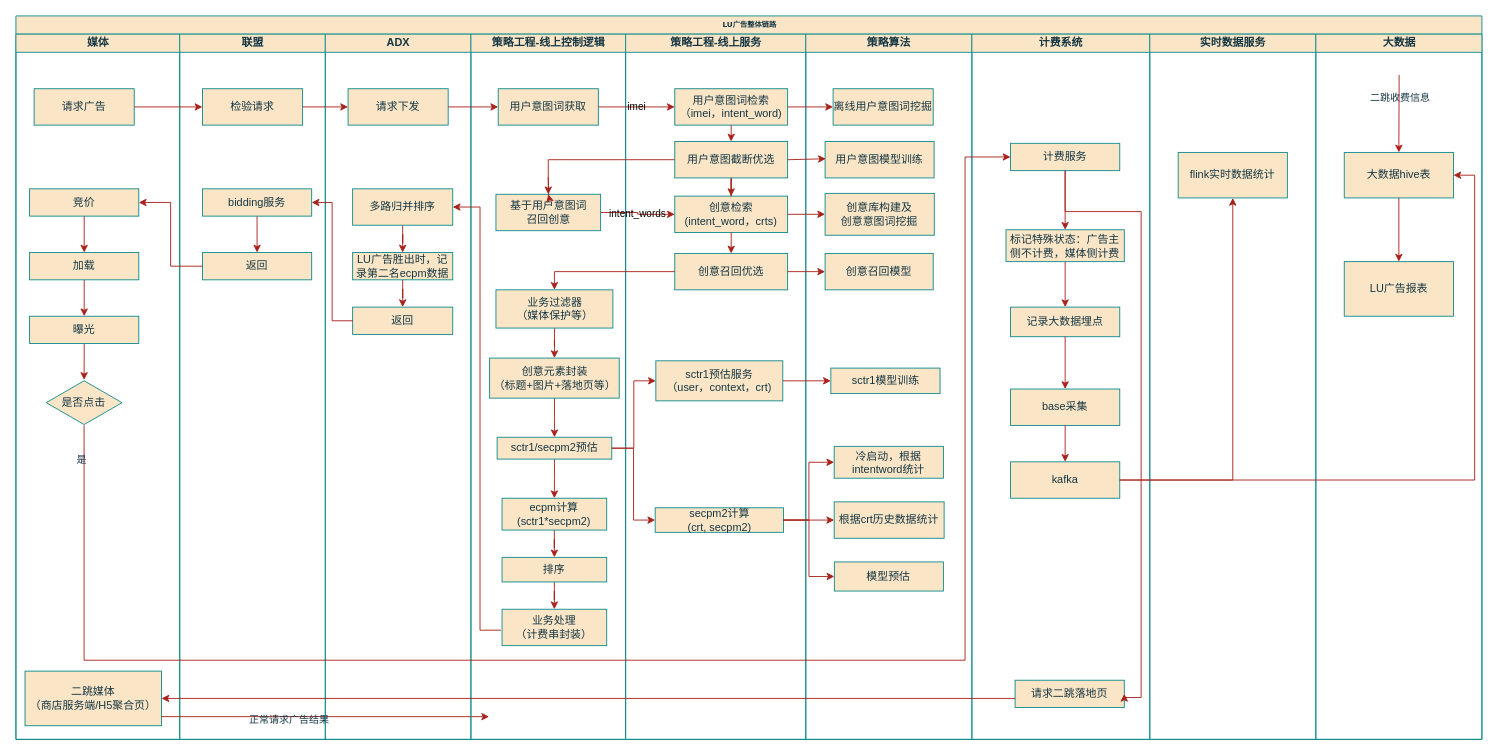
Earlier version of the draw.io diagram 未命名绘图.drawio (sszhaoGit/colab_test). Source tidied: cells renumbered, new cells numbered last; positions are measured from the earlier drawing's top-left corner, leaving out a move shared by most shapes. Both pictures are drawn from the tidied source at 91%, with x=0, y=0 at pixel (15, 15).
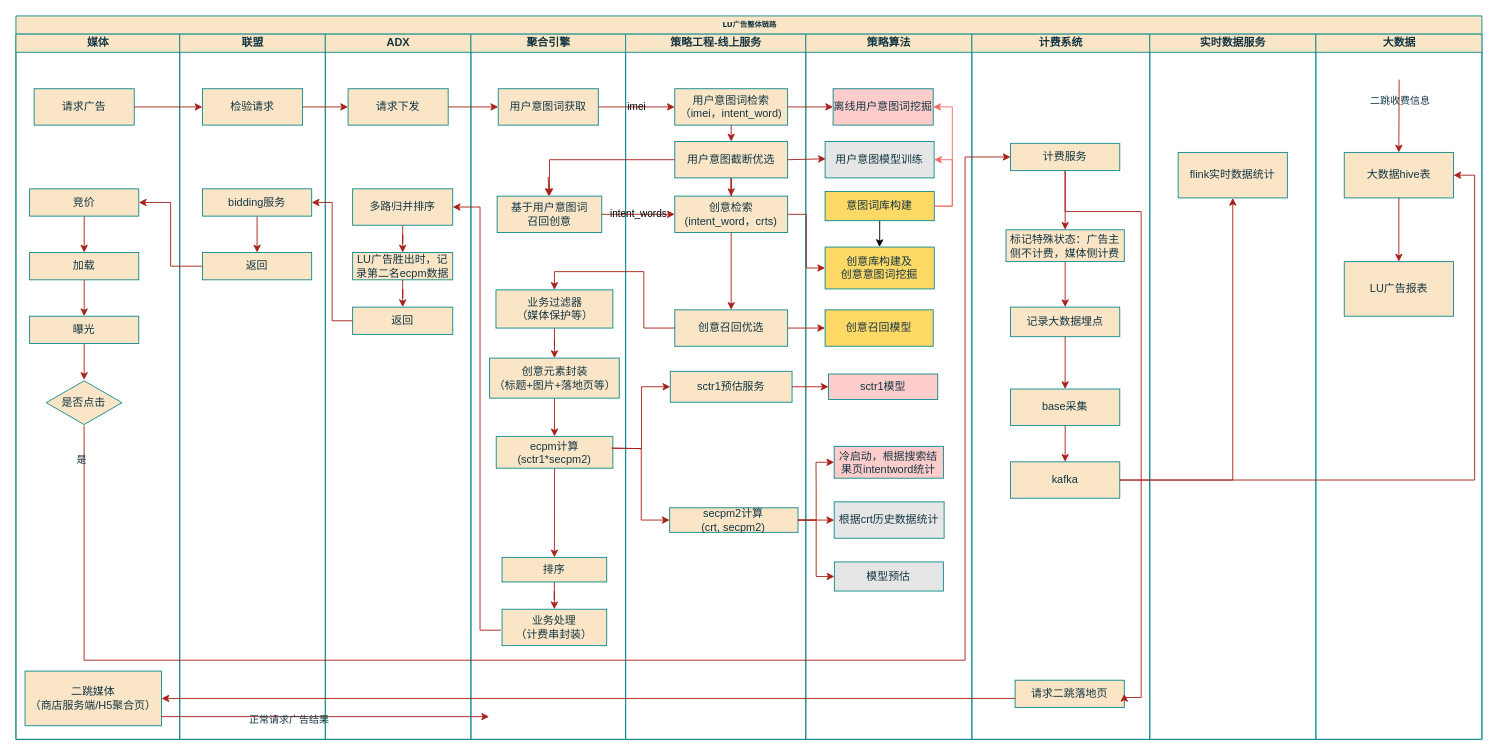
Above is the later version.

Commit message:
更新未命名绘图.drawio

Unchanged cells that the change refers to:
```xml
<mxCell id="2" value="LU广告整体链路" style="swimlane;html=1;startSize=20;rounded=0;shadow=0;labelBackgroundColor=none;strokeWidth=1;fontFamily=Verdana;fontSize=8;align=center;fillStyle=auto;swimlaneFillColor=default;fillColor=#FAE5C7;strokeColor=#0F8B8D;fontColor=#143642;" parent="1" vertex="1">
  <mxGeometry width="1611" height="795" as="geometry" />
</mxCell>
<mxCell id="42" value="创意元素封装&lt;br&gt;（标题+图片+落地页等）" style="whiteSpace=wrap;html=1;rounded=0;fillColor=#FAE5C7;strokeColor=#0F8B8D;fontColor=#143642;labelBackgroundColor=none;" parent="27" vertex="1">
  <mxGeometry x="20.5" y="356" width="142.5" height="44" as="geometry" />
</mxCell>
<mxCell id="43" value="策略工程-线上服务" style="swimlane;html=1;startSize=20;fillColor=#FAE5C7;strokeColor=#0F8B8D;fontColor=#143642;labelBackgroundColor=none;" parent="2" vertex="1">
  <mxGeometry x="670" y="20" width="198" height="775" as="geometry" />
</mxCell>
<mxCell id="53" value="策略算法" style="swimlane;html=1;startSize=20;fillColor=#FAE5C7;strokeColor=#0F8B8D;fontColor=#143642;labelBackgroundColor=none;" parent="2" vertex="1">
  <mxGeometry x="868" y="20" width="182.5" height="775" as="geometry" />
</mxCell>
<mxCell id="88" value="大数据hive表" style="whiteSpace=wrap;html=1;rounded=0;fillColor=#FAE5C7;strokeColor=#0F8B8D;fontColor=#143642;labelBackgroundColor=none;" parent="87" vertex="1">
  <mxGeometry x="31.2" y="130" width="120" height="50" as="geometry" />
</mxCell>
```

Change to the diagram source:
```diff
@@
-    <mxCell id="27" value="策略工程-线上控制逻辑" style="swimlane;html=1;startSize=20;fillColor=#FAE5C7;strokeColor=#0F8B8D;fontColor=#143642;labelBackgroundColor=none;" parent="2" vertex="1">
+    <mxCell id="27" value="聚合引擎" style="swimlane;html=1;startSize=20;fillColor=#FAE5C7;strokeColor=#0F8B8D;fontColor=#143642;labelBackgroundColor=none;" parent="2" vertex="1">
       <mxGeometry x="500" y="20" width="170" height="775" as="geometry" />
     </mxCell>
@@
     <mxCell id="29" value="基于用户意图词&lt;br&gt;召回创意" style="whiteSpace=wrap;html=1;rounded=0;fillColor=#FAE5C7;strokeColor=#0F8B8D;fontColor=#143642;labelBackgroundColor=none;" parent="27" vertex="1">
-      <mxGeometry x="27.5" y="176" width="115" height="40" as="geometry" />
+      <mxGeometry x="28.8" y="178" width="115" height="40" as="geometry" />
     </mxCell>
@@
     <mxCell id="32" value="ecpm计算&lt;br&gt;(sctr1*secpm2)" style="whiteSpace=wrap;html=1;rounded=0;fillColor=#FAE5C7;strokeColor=#0F8B8D;fontColor=#143642;labelBackgroundColor=none;" parent="27" vertex="1">
-      <mxGeometry x="34.2" y="510" width="115" height="35" as="geometry" />
+      <mxGeometry x="27.8" y="442" width="128.2" height="35" as="geometry" />
     </mxCell>
-    <mxCell id="33" style="edgeStyle=orthogonalEdgeStyle;rounded=0;jettySize=auto;html=1;labelBackgroundColor=none;strokeColor=#A8201A;fontColor=default;" parent="27" edge="1" source="34" target="32">
-      <mxGeometry relative="1" as="geometry" />
-    </mxCell>
-    <mxCell id="34" value="sctr1/secpm2预估" style="whiteSpace=wrap;html=1;rounded=0;fillColor=#FAE5C7;strokeColor=#0F8B8D;fontColor=#143642;labelBackgroundColor=none;" parent="27" vertex="1">
-      <mxGeometry x="28.8" y="443" width="126" height="24" as="geometry" />
-    </mxCell>
@@
-    <mxCell id="40" style="edgeStyle=orthogonalEdgeStyle;rounded=0;orthogonalLoop=1;jettySize=auto;html=1;exitX=0.5;exitY=1;exitDx=0;exitDy=0;labelBackgroundColor=none;strokeColor=#A8201A;fontColor=default;" parent="27" edge="1" source="34" target="34">
-      <mxGeometry relative="1" as="geometry" />
+    <mxCell id="40" style="edgeStyle=orthogonalEdgeStyle;rounded=0;orthogonalLoop=1;jettySize=auto;html=1;exitX=0.5;exitY=1;exitDx=0;exitDy=0;labelBackgroundColor=none;strokeColor=#A8201A;fontColor=default;" parent="27" edge="1">
+      <mxGeometry relative="1" as="geometry">
+        <mxPoint x="91.8" y="467" as="sourcePoint" />
+        <mxPoint x="91.8" y="467" as="targetPoint" />
+      </mxGeometry>
     </mxCell>
-    <mxCell id="41" style="edgeStyle=orthogonalEdgeStyle;rounded=0;jettySize=auto;html=1;labelBackgroundColor=none;strokeColor=#A8201A;fontColor=default;" parent="27" edge="1" source="42" target="34">
+    <mxCell id="41" style="edgeStyle=orthogonalEdgeStyle;rounded=0;jettySize=auto;html=1;labelBackgroundColor=none;strokeColor=#A8201A;fontColor=default;" parent="27" edge="1" source="42" target="32">
       <mxGeometry relative="1" as="geometry" />
     </mxCell>
@@
     <mxCell id="48" value="创意召回优选" style="whiteSpace=wrap;html=1;rounded=0;fillColor=#FAE5C7;strokeColor=#0F8B8D;fontColor=#143642;labelBackgroundColor=none;" parent="43" vertex="1">
-      <mxGeometry x="54" y="241" width="124" height="40" as="geometry" />
+      <mxGeometry x="54" y="303" width="124" height="40" as="geometry" />
     </mxCell>
-    <mxCell id="49" value="sctr1预估服务&lt;br&gt;（user，context，crt)" style="whiteSpace=wrap;html=1;rounded=0;fillColor=#FAE5C7;strokeColor=#0F8B8D;fontColor=#143642;labelBackgroundColor=none;" parent="43" vertex="1">
-      <mxGeometry x="33.2" y="359" width="139.5" height="44" as="geometry" />
+    <mxCell id="49" value="sctr1预估服务" style="whiteSpace=wrap;html=1;rounded=0;fillColor=#FAE5C7;strokeColor=#0F8B8D;fontColor=#143642;labelBackgroundColor=none;" parent="43" vertex="1">
+      <mxGeometry x="49.1" y="370.5" width="133.8" height="34" as="geometry" />
     </mxCell>
@@
     <mxCell id="52" value="secpm2计算&lt;br&gt;(crt, secpm2)" style="whiteSpace=wrap;html=1;rounded=0;fillColor=#FAE5C7;strokeColor=#0F8B8D;fontColor=#143642;labelBackgroundColor=none;" parent="43" vertex="1">
-      <mxGeometry x="32.5" y="520.5" width="141" height="27" as="geometry" />
+      <mxGeometry x="48.4" y="520.5" width="141" height="27" as="geometry" />
     </mxCell>
@@
-    <mxCell id="54" value="离线用户意图词挖掘" style="rounded=0;whiteSpace=wrap;html=1;fillColor=#FAE5C7;strokeColor=#0F8B8D;fontColor=#143642;labelBackgroundColor=none;" parent="53" vertex="1">
+    <mxCell id="54" value="离线用户意图词挖掘" style="rounded=0;whiteSpace=wrap;html=1;fillColor=#FFCCCC;strokeColor=#0F8B8D;fontColor=#143642;labelBackgroundColor=none;" parent="53" vertex="1">
       <mxGeometry x="30" y="60" width="110" height="40" as="geometry" />
     </mxCell>
-    <mxCell id="55" value="用户意图模型训练" style="whiteSpace=wrap;html=1;rounded=0;fillColor=#FAE5C7;strokeColor=#0F8B8D;fontColor=#143642;labelBackgroundColor=none;" parent="53" vertex="1">
+    <mxCell id="55" value="用户意图模型训练" style="whiteSpace=wrap;html=1;rounded=0;fillColor=#E6E6E6;strokeColor=#0F8B8D;fontColor=#143642;labelBackgroundColor=none;" parent="53" vertex="1">
       <mxGeometry x="21.2" y="118" width="119.8" height="40" as="geometry" />
     </mxCell>
-    <mxCell id="56" value="创意库构建及&lt;br&gt;创意意图词挖掘" style="whiteSpace=wrap;html=1;rounded=0;fillColor=#FAE5C7;strokeColor=#0F8B8D;fontColor=#143642;labelBackgroundColor=none;" parent="53" vertex="1">
-      <mxGeometry x="21.2" y="175" width="120" height="46" as="geometry" />
+    <mxCell id="56" value="创意库构建及&lt;br&gt;创意意图词挖掘" style="whiteSpace=wrap;html=1;rounded=0;fillColor=#FFD966;strokeColor=#0F8B8D;fontColor=#143642;labelBackgroundColor=none;" parent="53" vertex="1">
+      <mxGeometry x="21.2" y="234" width="120" height="46" as="geometry" />
     </mxCell>
-    <mxCell id="57" value="创意召回模型" style="whiteSpace=wrap;html=1;rounded=0;fillColor=#FAE5C7;strokeColor=#0F8B8D;fontColor=#143642;labelBackgroundColor=none;" parent="53" vertex="1">
-      <mxGeometry x="21.2" y="241" width="118.8" height="40" as="geometry" />
+    <mxCell id="57" value="创意召回模型" style="whiteSpace=wrap;html=1;rounded=0;fillColor=#FFD966;strokeColor=#0F8B8D;fontColor=#143642;labelBackgroundColor=none;" parent="53" vertex="1">
+      <mxGeometry x="21.2" y="303" width="118.8" height="40" as="geometry" />
     </mxCell>
@@
-    <mxCell id="59" value="sctr1模型训练" style="whiteSpace=wrap;html=1;rounded=0;fillColor=#FAE5C7;strokeColor=#0F8B8D;fontColor=#143642;labelBackgroundColor=none;" parent="53" vertex="1">
-      <mxGeometry x="27.5" y="367" width="120" height="28" as="geometry" />
+    <mxCell id="59" value="sctr1模型" style="whiteSpace=wrap;html=1;rounded=0;fillColor=#FFCCCC;strokeColor=#0F8B8D;fontColor=#143642;labelBackgroundColor=none;" parent="53" vertex="1">
+      <mxGeometry x="25" y="373.5" width="120" height="28" as="geometry" />
     </mxCell>
@@
-    <mxCell id="61" value="冷启动，根据intentword统计" style="whiteSpace=wrap;html=1;rounded=0;fillColor=#FAE5C7;strokeColor=#0F8B8D;fontColor=#143642;labelBackgroundColor=none;" parent="53" vertex="1">
+    <mxCell id="61" value="冷启动，根据搜索结果页intentword统计" style="whiteSpace=wrap;html=1;rounded=0;fillColor=#FFCCCC;strokeColor=#0F8B8D;fontColor=#143642;labelBackgroundColor=none;" parent="53" vertex="1">
       <mxGeometry x="31.2" y="453" width="120" height="35" as="geometry" />
     </mxCell>
-    <mxCell id="62" value="根据crt历史数据统计" style="whiteSpace=wrap;html=1;rounded=0;fillColor=#FAE5C7;strokeColor=#0F8B8D;fontColor=#143642;labelBackgroundColor=none;" parent="53" vertex="1">
+    <mxCell id="62" value="根据crt历史数据统计" style="whiteSpace=wrap;html=1;rounded=0;fillColor=#E6E6E6;strokeColor=#0F8B8D;fontColor=#143642;labelBackgroundColor=none;" parent="53" vertex="1">
       <mxGeometry x="31.2" y="514" width="120.8" height="40" as="geometry" />
     </mxCell>
-    <mxCell id="63" value="模型预估" style="whiteSpace=wrap;html=1;rounded=0;fillColor=#FAE5C7;strokeColor=#0F8B8D;fontColor=#143642;labelBackgroundColor=none;" parent="53" vertex="1">
+    <mxCell id="63" value="模型预估" style="whiteSpace=wrap;html=1;rounded=0;fillColor=#E6E6E6;strokeColor=#0F8B8D;fontColor=#143642;labelBackgroundColor=none;" parent="53" vertex="1">
       <mxGeometry x="31.4" y="580" width="119.8" height="32" as="geometry" />
     </mxCell>
+    <mxCell id="108" style="edgeStyle=orthogonalEdgeStyle;rounded=0;jettySize=auto;html=1;" parent="53" edge="1" source="110">
+      <mxGeometry relative="1" as="geometry">
+        <mxPoint x="81" y="234" as="targetPoint" />
+      </mxGeometry>
+    </mxCell>
+    <mxCell id="109" style="edgeStyle=orthogonalEdgeStyle;rounded=0;jettySize=auto;html=1;entryX=1;entryY=0.5;entryDx=0;entryDy=0;strokeColor=#FF6666;" parent="53" edge="1" source="110" target="55">
+      <mxGeometry relative="1" as="geometry">
+        <Array as="points">
+          <mxPoint x="161" y="189" />
+          <mxPoint x="161" y="138" />
+        </Array>
+      </mxGeometry>
+    </mxCell>
+    <mxCell id="110" value="意图词库构建" style="whiteSpace=wrap;html=1;rounded=0;fillColor=#FFD966;strokeColor=#0F8B8D;fontColor=#143642;labelBackgroundColor=none;" parent="53" vertex="1">
+      <mxGeometry x="21.2" y="173" width="120" height="32" as="geometry" />
+    </mxCell>
+    <mxCell id="111" style="edgeStyle=orthogonalEdgeStyle;rounded=0;jettySize=auto;html=1;entryX=1;entryY=0.5;entryDx=0;entryDy=0;strokeColor=#EA6B66;" parent="53" edge="1" source="110" target="54">
+      <mxGeometry relative="1" as="geometry">
+        <Array as="points">
+          <mxPoint x="161" y="189" />
+          <mxPoint x="161" y="80" />
+        </Array>
+      </mxGeometry>
+    </mxCell>
@@
-    <mxCell id="104" style="edgeStyle=orthogonalEdgeStyle;rounded=0;jettySize=auto;html=1;entryX=0;entryY=0.5;entryDx=0;entryDy=0;labelBackgroundColor=none;strokeColor=#A8201A;fontColor=default;" parent="2" edge="1" source="34" target="49">
-      <mxGeometry relative="1" as="geometry" />
+    <mxCell id="104" style="edgeStyle=orthogonalEdgeStyle;rounded=0;jettySize=auto;html=1;entryX=0;entryY=0.5;entryDx=0;entryDy=0;labelBackgroundColor=none;strokeColor=#A8201A;fontColor=default;" parent="2" edge="1" target="49">
+      <mxGeometry relative="1" as="geometry">
+        <mxPoint x="654.8" y="475" as="sourcePoint" />
+      </mxGeometry>
     </mxCell>
-    <mxCell id="105" style="edgeStyle=orthogonalEdgeStyle;rounded=0;jettySize=auto;html=1;entryX=0;entryY=0.5;entryDx=0;entryDy=0;labelBackgroundColor=none;strokeColor=#A8201A;fontColor=default;" parent="2" edge="1" source="34" target="52">
-      <mxGeometry relative="1" as="geometry" />
+    <mxCell id="105" style="edgeStyle=orthogonalEdgeStyle;rounded=0;jettySize=auto;html=1;entryX=0;entryY=0.5;entryDx=0;entryDy=0;labelBackgroundColor=none;strokeColor=#A8201A;fontColor=default;" parent="2" edge="1" target="52">
+      <mxGeometry relative="1" as="geometry">
+        <mxPoint x="655" y="475" as="sourcePoint" />
+      </mxGeometry>
     </mxCell>
     <mxCell id="106" style="endArrow=classic;html=1;rounded=0;entryX=0.5;entryY=0;entryDx=0;entryDy=0;labelBackgroundColor=none;strokeColor=#A8201A;fontColor=default;" parent="1" edge="1" target="88">
       <mxGeometry relative="1" as="geometry">
-        <mxPoint x="1520" y="65" as="sourcePoint" />
+        <mxPoint x="1520" y="70" as="sourcePoint" />
       </mxGeometry>
     </mxCell>
```
